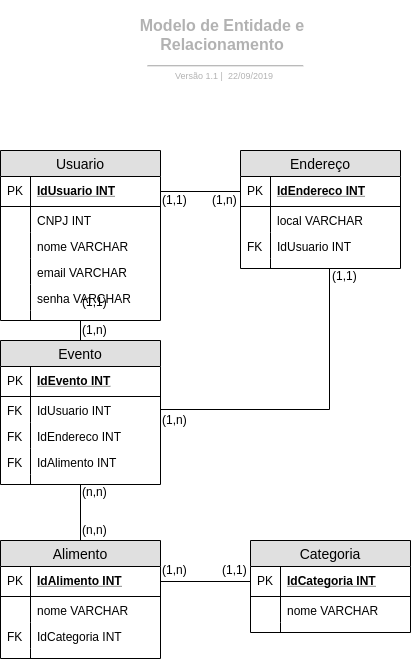
Before: docs/images/MER.png, a diagram exported from draw.io (fga-eps-mds/2019.2-FoodCare). Source tidied: cells renumbered, new cells last; positions are measured from the earlier drawing's top-left corner, leaving out a move shared by most shapes.
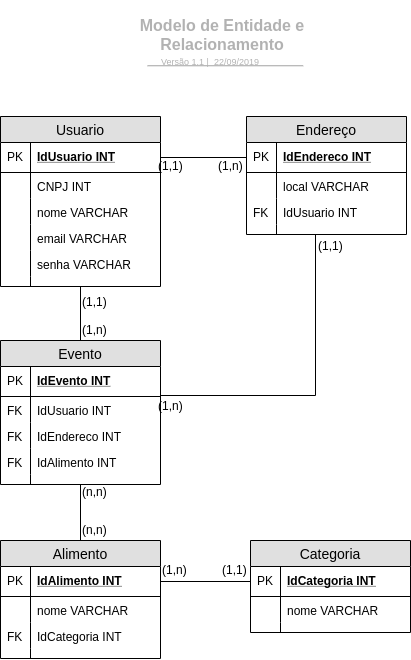
The same file after the commit.

Commit message:
Corrige MER

What changed in the source:
```diff
@@ -18,7 +18,7 @@
       <mxGeometry x="1.7" y="65.2" width="188.3" height="17.8" as="geometry" />
     </mxCell>
     <mxCell id="7" value="Usuario" style="swimlane;fontStyle=0;horizontal=1;startSize=26;fillColor=#e0e0e0;swimlaneFillColor=#ffffff;align=center;fontSize=14;" parent="1" vertex="1">
-      <mxGeometry y="150" width="160" height="170" as="geometry" />
+      <mxGeometry x="14" y="130" width="160" height="170" as="geometry" />
     </mxCell>
     <mxCell id="8" value="IdUsuario INT" style="shape=partialRectangle;top=0;left=0;right=0;bottom=1;align=left;verticalAlign=middle;fillColor=none;spacingLeft=34;spacingRight=4;overflow=hidden;points=[[0,0.5],[1,0.5]];portConstraint=eastwest;fontStyle=5;fontSize=12;" parent="7" vertex="1">
       <mxGeometry y="26" width="160" height="30" as="geometry" />
@@ -60,7 +60,7 @@
       <mxGeometry relative="1" as="geometry" />
     </mxCell>
     <mxCell id="21" value="Endereço" style="swimlane;fontStyle=0;horizontal=1;startSize=26;fillColor=#e0e0e0;swimlaneFillColor=#ffffff;align=center;fontSize=14;" parent="1" vertex="1">
-      <mxGeometry x="240" y="150" width="160" height="118" as="geometry" />
+      <mxGeometry x="260" y="130" width="160" height="118" as="geometry" />
     </mxCell>
     <mxCell id="22" value="IdEndereco INT" style="shape=partialRectangle;top=0;left=0;right=0;bottom=1;align=left;verticalAlign=middle;fillColor=none;spacingLeft=34;spacingRight=4;overflow=hidden;points=[[0,0.5],[1,0.5]];portConstraint=eastwest;fontStyle=5;fontSize=12;" parent="21" vertex="1">
       <mxGeometry y="26" width="160" height="30" as="geometry" />
@@ -122,11 +122,12 @@
     <mxCell id="41" style="shape=partialRectangle;top=0;left=0;bottom=0;fillColor=none;align=left;verticalAlign=top;spacingLeft=4;spacingRight=4;overflow=hidden;fontSize=12;" parent="40" vertex="1">
       <mxGeometry width="30" height="10" as="geometry" />
     </mxCell>
-    <mxCell id="42" style="edgeStyle=orthogonalEdgeStyle;rounded=0;jettySize=auto;html=1;exitX=1;exitY=0.5;exitDx=0;exitDy=0;entryX=0.556;entryY=1;entryDx=0;entryDy=0;entryPerimeter=0;endArrow=none;endFill=0;" parent="1" edge="1" target="28">
+    <mxCell id="42" style="edgeStyle=orthogonalEdgeStyle;rounded=0;jettySize=auto;html=1;entryX=0.556;entryY=1;entryDx=0;entryDy=0;entryPerimeter=0;endArrow=none;endFill=0;exitX=1;exitY=0.5;exitDx=0;exitDy=0;" parent="1" edge="1" source="32" target="28">
       <mxGeometry relative="1" as="geometry">
-        <mxPoint x="160" y="409" as="sourcePoint" />
         <Array as="points">
+          <mxPoint x="174" y="409" />
           <mxPoint x="329" y="409" />
+          <mxPoint x="329" y="248" />
         </Array>
       </mxGeometry>
     </mxCell>
@@ -185,10 +186,10 @@
       <mxGeometry relative="1" as="geometry" />
     </mxCell>
     <mxCell id="61" value="(1,1)" style="text;html=1;align=left;verticalAlign=top;spacingTop=-4;" parent="1" vertex="1">
-      <mxGeometry x="160" y="190" width="40" height="20" as="geometry" />
+      <mxGeometry x="170" y="170" width="40" height="20" as="geometry" />
     </mxCell>
     <mxCell id="62" value="(1,n)" style="text;html=1;align=left;verticalAlign=top;spacingTop=-4;" parent="1" vertex="1">
-      <mxGeometry x="210" y="190" width="40" height="20" as="geometry" />
+      <mxGeometry x="230" y="170" width="40" height="20" as="geometry" />
     </mxCell>
     <mxCell id="63" value="(1,1)" style="text;html=1;align=left;verticalAlign=top;spacingTop=-4;" parent="1" vertex="1">
       <mxGeometry x="80" y="292" width="40" height="20" as="geometry" />
@@ -197,10 +198,10 @@
       <mxGeometry x="80" y="320" width="40" height="20" as="geometry" />
     </mxCell>
     <mxCell id="65" value="(1,1)" style="text;html=1;align=left;verticalAlign=top;spacingTop=-4;" parent="1" vertex="1">
-      <mxGeometry x="330" y="266" width="40" height="20" as="geometry" />
+      <mxGeometry x="330" y="250" width="40" height="20" as="geometry" />
     </mxCell>
     <mxCell id="66" value="(1,n)" style="text;html=1;align=left;verticalAlign=top;spacingTop=-4;" parent="1" vertex="1">
-      <mxGeometry x="160" y="410" width="40" height="20" as="geometry" />
+      <mxGeometry x="170" y="410" width="40" height="20" as="geometry" />
     </mxCell>
     <mxCell id="67" value="(n,n)" style="text;html=1;align=left;verticalAlign=top;spacingTop=-4;" parent="1" vertex="1">
       <mxGeometry x="80" y="482" width="40" height="20" as="geometry" />
```
